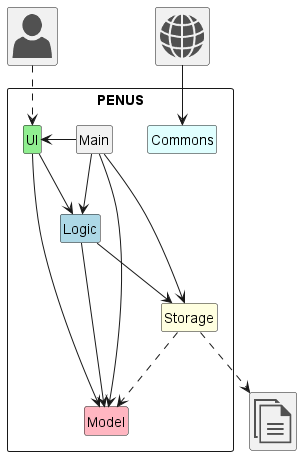
Before: docs/uml/diagrams/Architecture.png, a diagram exported from PlantUML (sriram-senthilkr/tp). Its diagram source:
```plantuml
@startuml
!include <office/Concepts/globe_internet>
!include <office/Concepts/documents>
!include <office/Users/user>

skinparam classAttributeIconSize 0
hide empty members
hide circle

class "<$user>" as User

class "<$globe_internet>" as Web

class "<$documents>" as Harddisk

package PENUS <<rectangle>> {
    class UI #LightGreen {

    }
    class Logic #LightBlue {

    }
    class Model #LightPink {

    }
    class Main {

    }
    class Storage #LightYellow {

    }
    class Commons #LightCyan {

    }
}

User ..> UI
UI --> Logic
UI --> Model
Logic --> Model
Logic --> Storage
Main -> Storage
Main -> UI
Main -> Logic
Main -> Model
Web --> Commons
Storage ..> Model
Storage ..> Harddisk

@enduml
```
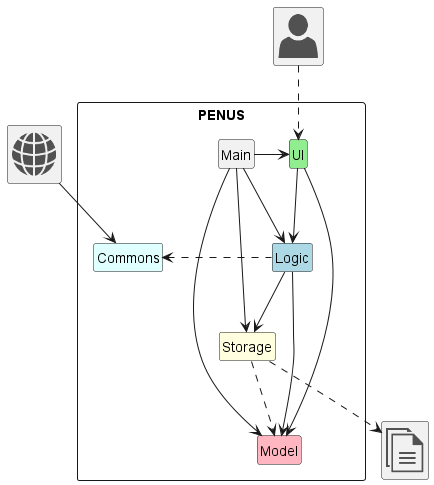
The same file after the commit.

Diff of the diagram source:
```diff
@@ -44,7 +44,10 @@
 Main -> Logic
 Main -> Model
 Web --> Commons
+
 Storage ..> Model
 Storage ..> Harddisk
+Commons <.right. Logic
+
 
 @enduml
```
